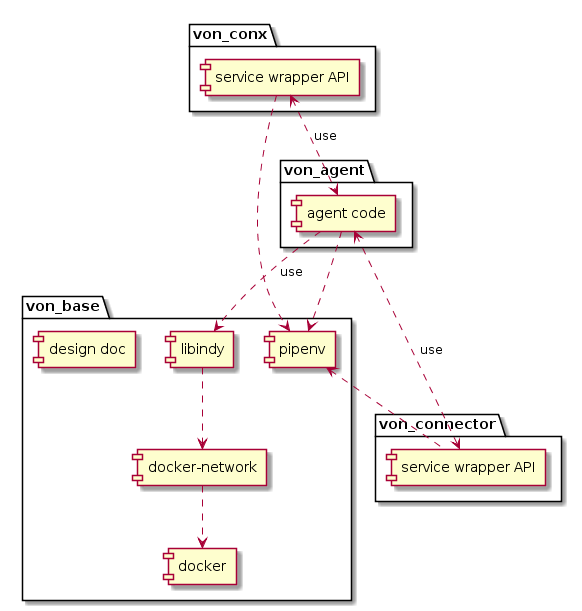
Above: doc/pic/package.png in PSPC-SPAC-buyandsell/von_base (PlantUML), before the change. Source of this version:
```plantuml
@startuml

package von_base {
    [docker] as docker
    [libindy] as libindy
    [docker-network] as docker_network
    [pipenv] as pipenv
    [design doc]
}

package von_agent {
    [agent code] as agent_code
}

package von_conx {
    [service wrapper API] as von_conx_service_wrapper_api
}

package von_connector {
    [service wrapper API] as von_conn_service_wrapper_api
}

von_conx_service_wrapper_api ..> pipenv
von_conx_service_wrapper_api <..> agent_code: use
von_conn_service_wrapper_api .up.> pipenv
von_conn_service_wrapper_api <.up.> agent_code: use
agent_code ..> pipenv
agent_code ..> libindy: use
libindy .down.> docker_network
docker_network .down.>docker
@enduml
```
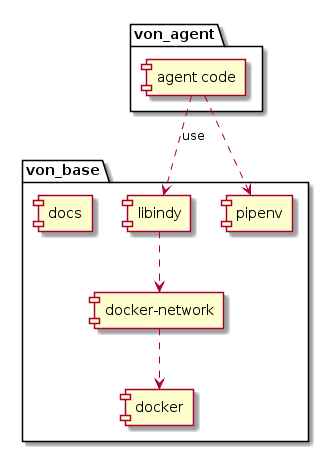
The same diagram one commit later.

Diff of the diagram source:
```diff
@@ -5,25 +5,13 @@
     [libindy] as libindy
     [docker-network] as docker_network
     [pipenv] as pipenv
-    [design doc]
+    [docs]
 }
 
 package von_agent {
     [agent code] as agent_code
 }
 
-package von_conx {
-    [service wrapper API] as von_conx_service_wrapper_api
-}
-
-package von_connector {
-    [service wrapper API] as von_conn_service_wrapper_api
-}
-
-von_conx_service_wrapper_api ..> pipenv
-von_conx_service_wrapper_api <..> agent_code: use
-von_conn_service_wrapper_api .up.> pipenv
-von_conn_service_wrapper_api <.up.> agent_code: use
 agent_code ..> pipenv
 agent_code ..> libindy: use
 libindy .down.> docker_network
```
